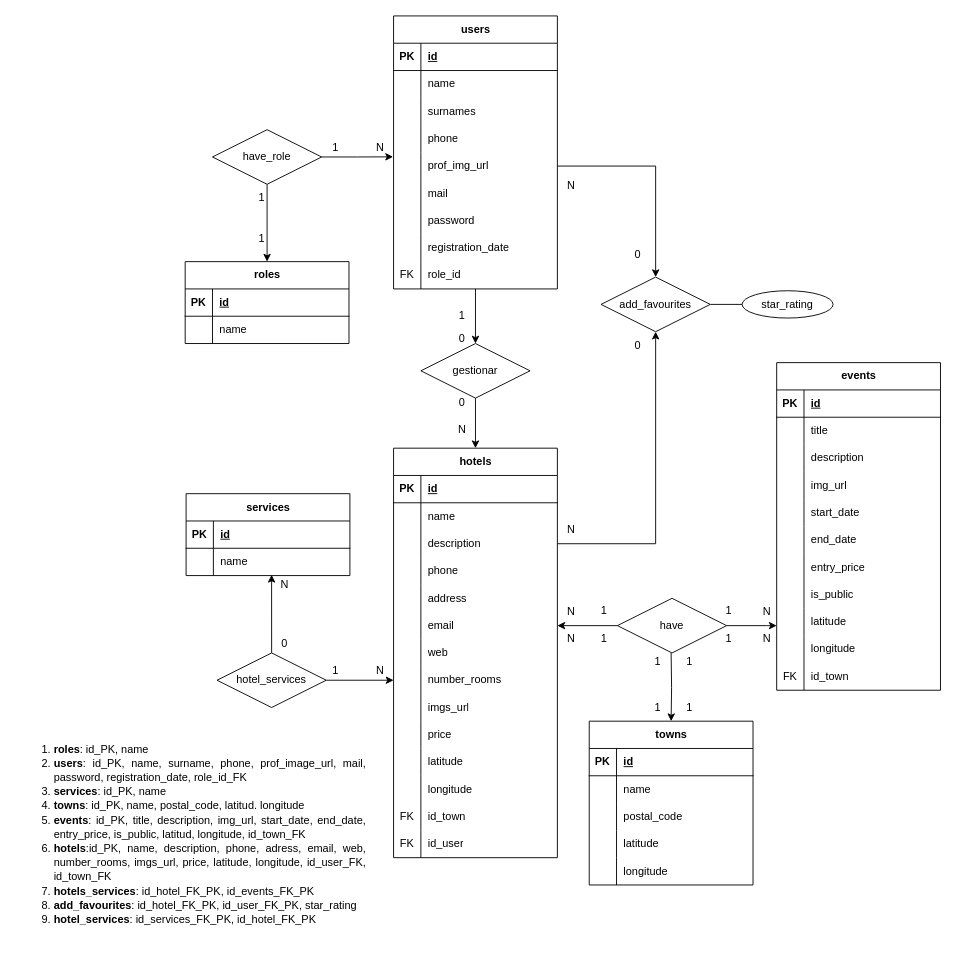
SerotDev/sru-abi-rlm-project-backend keeps this draw.io diagram as c6_hohoHotel.drawio. Above is the earlier version. Source tidied: cells renumbered, new cells numbered last; positions are measured from the earlier drawing's top-left corner, leaving out a move shared by most shapes. Both pictures are drawn from the tidied source at 91%, with x=0, y=0 at pixel (15, 15).
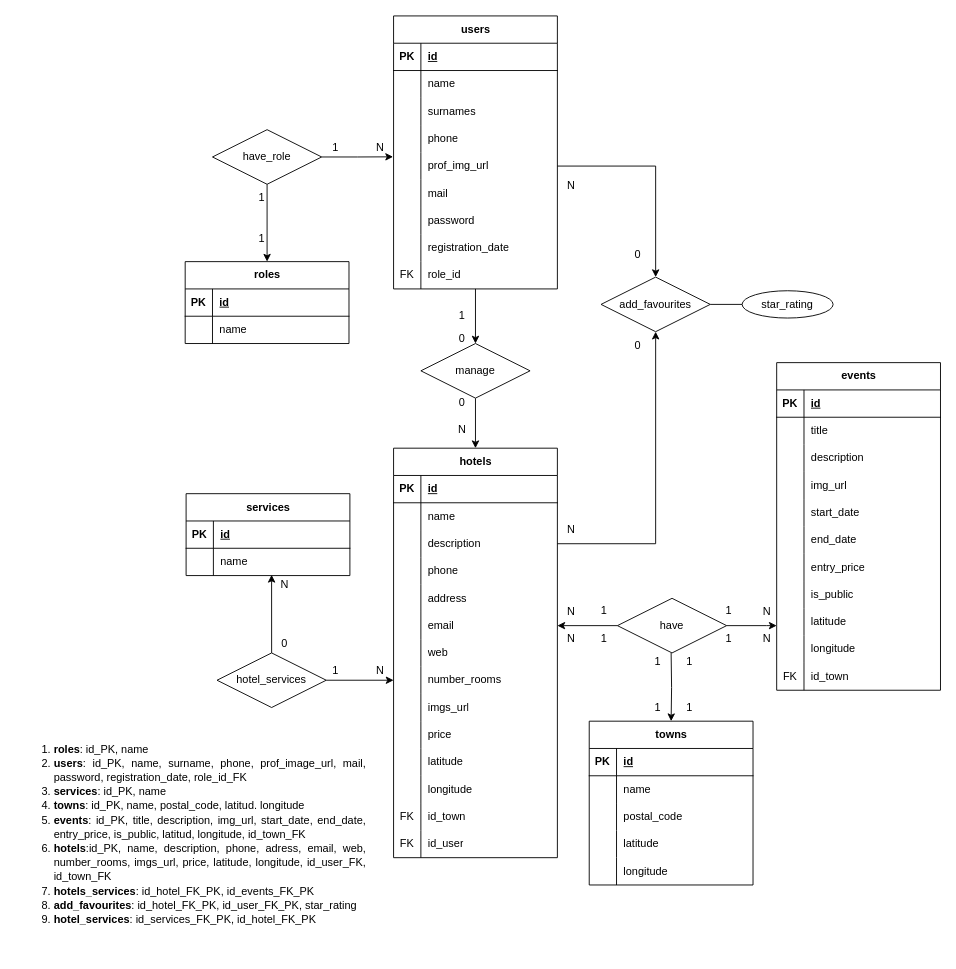
The same diagram, later.

Commit message:
english manage c6_hohoHotel.drawio

The edit, as a diff of the source:
```diff
@@
-    <mxCell id="114" value="gestionar" style="shape=rhombus;perimeter=rhombusPerimeter;whiteSpace=wrap;html=1;align=center;" parent="1" vertex="1">
+    <mxCell id="114" value="manage" style="shape=rhombus;perimeter=rhombusPerimeter;whiteSpace=wrap;html=1;align=center;" parent="1" vertex="1">
       <mxGeometry x="445" y="360" width="120" height="60" as="geometry" />
     </mxCell>
```
